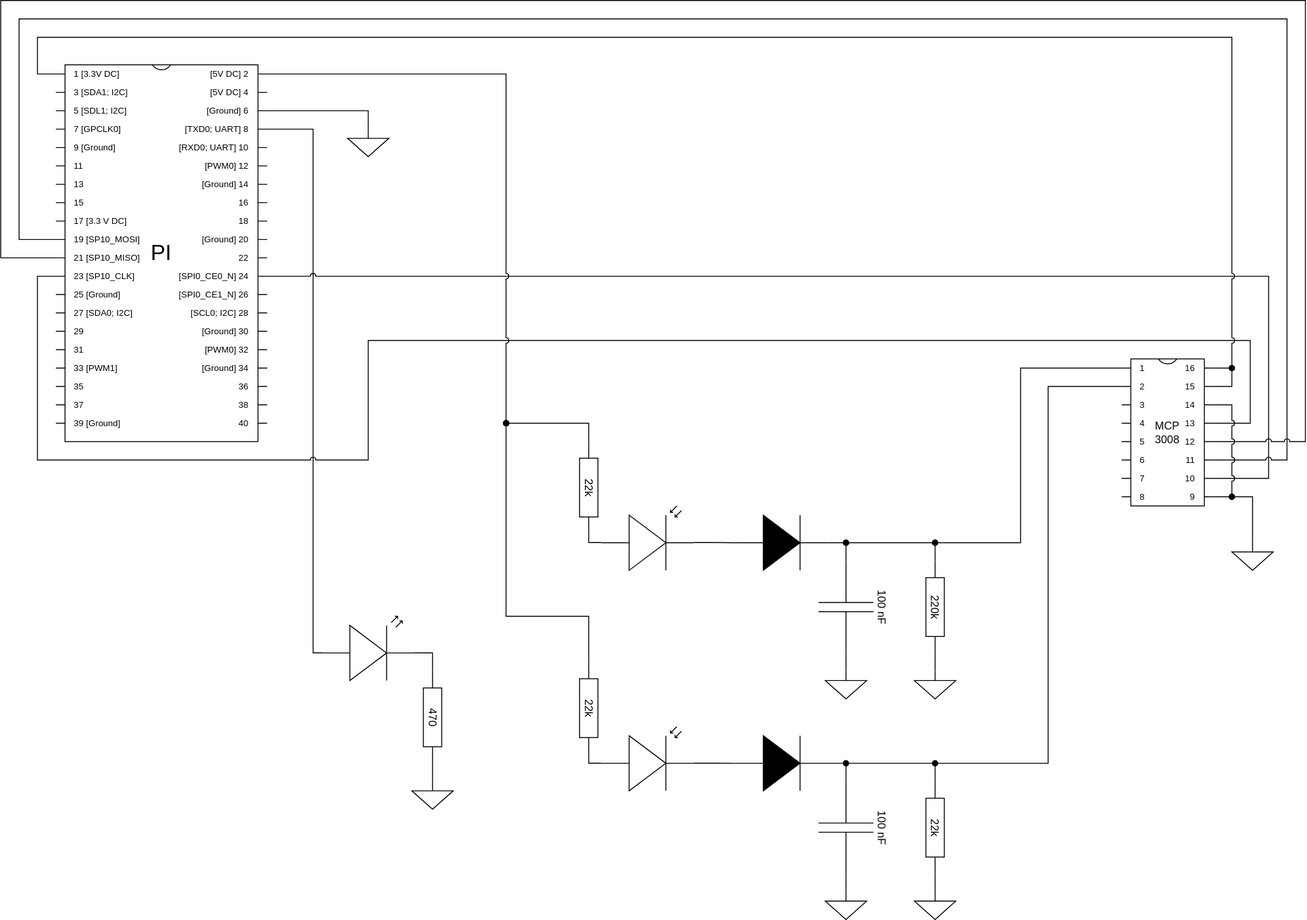
The draw.io diagram ir_sensor_raspberry_pi_circuit_diagram.svg in olivers1/ir_sensor_visitor_counter, before a commit. Source tidied: cells renumbered, new cells last; positions are measured from the earlier drawing's top-left corner, leaving out a move shared by most shapes.
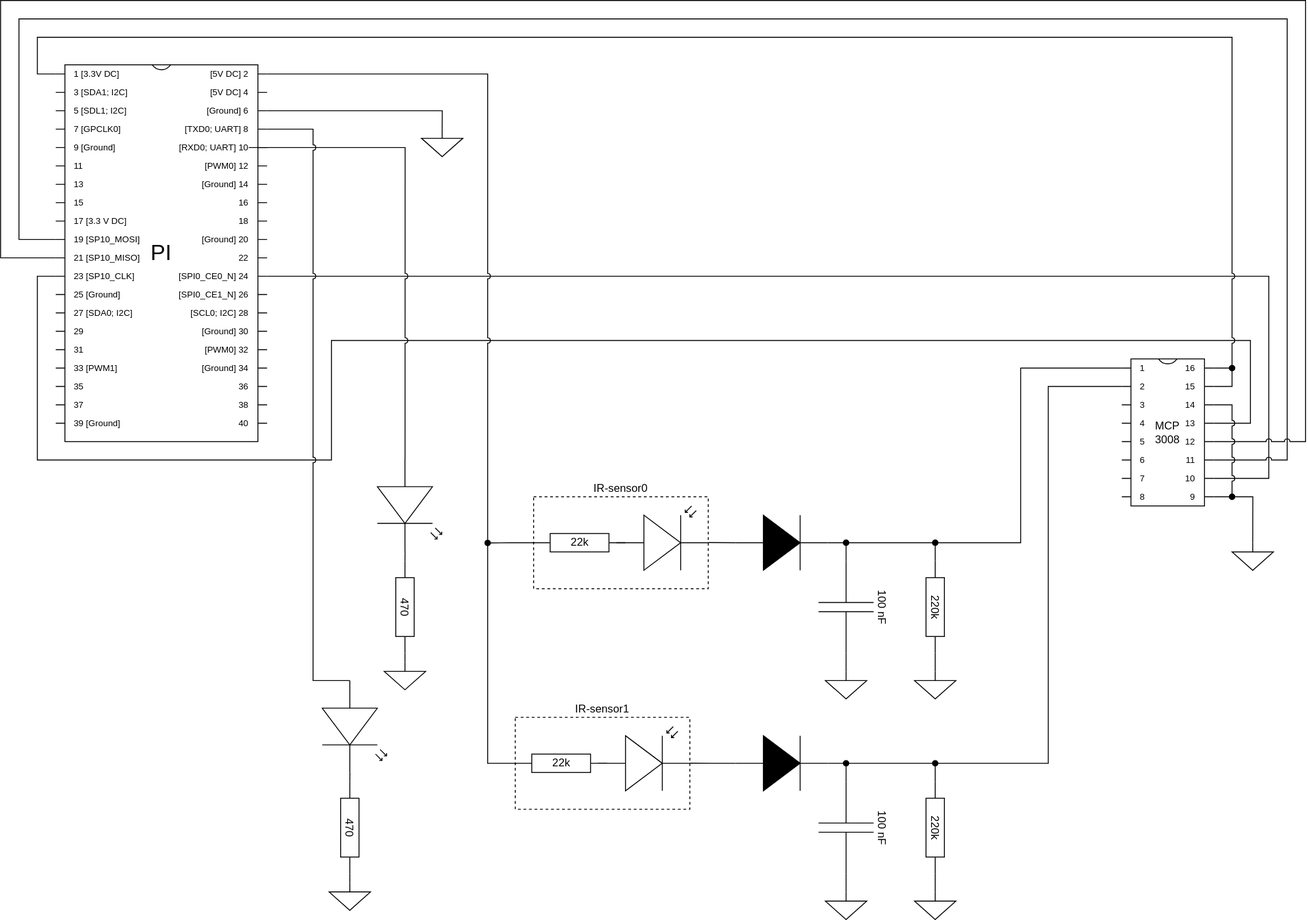
Later version of the same file.

Commit message:
a second IR-led added to both code and schematic diagram

The edit, as a diff of the source:
```diff
@@ -2,6 +2,12 @@
   <root>
     <mxCell id="0" />
     <mxCell id="1" parent="0" />
+    <mxCell id="53" value="IR-sensor0" style="rounded=0;whiteSpace=wrap;html=1;fillColor=none;dashed=1;align=center;labelPosition=center;verticalLabelPosition=top;verticalAlign=bottom;" parent="1" vertex="1">
+      <mxGeometry x="580" y="540" width="190" height="100" as="geometry" />
+    </mxCell>
+    <mxCell id="54" value="IR-sensor1" style="rounded=0;whiteSpace=wrap;html=1;fillColor=none;dashed=1;labelPosition=center;verticalLabelPosition=top;align=center;verticalAlign=bottom;" parent="1" vertex="1">
+      <mxGeometry x="560" y="780" width="190" height="100" as="geometry" />
+    </mxCell>
     <mxCell id="2" style="edgeStyle=orthogonalEdgeStyle;rounded=0;jettySize=auto;html=1;exitX=0;exitY=0.5;exitDx=0;exitDy=0;exitPerimeter=0;endArrow=oval;endFill=1;" parent="1" edge="1" source="4">
       <mxGeometry relative="1" as="geometry">
         <mxPoint x="1017" y="590" as="targetPoint" />
@@ -58,39 +64,21 @@
     <mxCell id="11" value="MCP&lt;br&gt;3008" style="shadow=0;dashed=0;align=center;html=1;strokeWidth=1;shape=mxgraph.electrical.logic_gates.dual_inline_ic;labelNames=a,b,c,d,e,f,g,h,i,j,k,l,m,n,o,p,q,r,s,t;whiteSpace=wrap;rounded=0;" parent="1" vertex="1">
       <mxGeometry x="1220" y="390" width="100" height="160" as="geometry" />
     </mxCell>
-    <mxCell id="12" style="edgeStyle=orthogonalEdgeStyle;rounded=0;jettySize=auto;html=1;exitX=0;exitY=0.57;exitDx=0;exitDy=0;exitPerimeter=0;entryX=1;entryY=0;entryDx=0;entryDy=70;entryPerimeter=0;endArrow=none;endFill=0;" parent="1" edge="1" source="14" target="23">
-      <mxGeometry relative="1" as="geometry">
-        <Array as="points">
-          <mxPoint x="340" y="710" />
-          <mxPoint x="340" y="140" />
-        </Array>
-      </mxGeometry>
-    </mxCell>
-    <mxCell id="13" style="edgeStyle=orthogonalEdgeStyle;rounded=0;jettySize=auto;html=1;exitX=1;exitY=0.57;exitDx=0;exitDy=0;exitPerimeter=0;entryX=0;entryY=0.5;entryDx=0;entryDy=0;entryPerimeter=0;endArrow=none;endFill=0;" parent="1" edge="1" source="14" target="46">
-      <mxGeometry relative="1" as="geometry" />
-    </mxCell>
+    <mxCell id="55" style="edgeStyle=orthogonalEdgeStyle;rounded=0;jettySize=auto;html=1;exitX=1;exitY=0.57;exitDx=0;exitDy=0;exitPerimeter=0;entryX=0;entryY=0.5;entryDx=0;entryDy=0;entryPerimeter=0;endArrow=none;endFill=0;" parent="1" edge="1" source="14" target="61">
+      <mxGeometry relative="1" as="geometry" />
+    </mxCell>
-    <mxCell id="14" style="verticalLabelPosition=bottom;shadow=0;dashed=0;align=center;html=1;verticalAlign=top;shape=mxgraph.electrical.opto_electronics.led_2;rounded=0;" parent="1" vertex="1">
-      <mxGeometry x="350" y="670" width="100" height="70" as="geometry" />
+    <mxCell id="14" style="verticalLabelPosition=bottom;shadow=0;dashed=0;align=center;html=1;verticalAlign=top;shape=mxgraph.electrical.opto_electronics.led_2;rounded=0;direction=south;" parent="1" vertex="1">
+      <mxGeometry x="350" y="740" width="70" height="100" as="geometry" />
     </mxCell>
     <mxCell id="15" style="edgeStyle=orthogonalEdgeStyle;rounded=0;jettySize=auto;html=1;exitX=1;exitY=0.57;exitDx=0;exitDy=0;exitPerimeter=0;entryX=0;entryY=0.5;entryDx=0;entryDy=0;entryPerimeter=0;endArrow=none;endFill=0;" parent="1" edge="1" source="17" target="6">
       <mxGeometry relative="1" as="geometry" />
     </mxCell>
-    <mxCell id="16" style="edgeStyle=orthogonalEdgeStyle;rounded=0;jettySize=auto;html=1;exitX=0;exitY=0.57;exitDx=0;exitDy=0;exitPerimeter=0;entryX=1;entryY=0.5;entryDx=0;entryDy=0;entryPerimeter=0;endArrow=none;endFill=0;" parent="1" edge="1" source="17" target="42">
-      <mxGeometry relative="1" as="geometry" />
-    </mxCell>
     <mxCell id="17" style="verticalLabelPosition=bottom;shadow=0;dashed=0;align=center;html=1;verticalAlign=top;shape=mxgraph.electrical.opto_electronics.photodiode;rounded=0;" parent="1" vertex="1">
-      <mxGeometry x="654" y="550" width="100" height="70" as="geometry" />
+      <mxGeometry x="670" y="550" width="100" height="70" as="geometry" />
     </mxCell>
     <mxCell id="18" style="verticalLabelPosition=bottom;shadow=0;dashed=0;align=center;html=1;verticalAlign=top;shape=mxgraph.electrical.signal_sources.signal_ground;rounded=0;" parent="1" vertex="1">
       <mxGeometry x="897.5" y="730" width="45" height="30" as="geometry" />
     </mxCell>
-    <mxCell id="19" style="edgeStyle=orthogonalEdgeStyle;shape=connector;rounded=0;jettySize=auto;html=1;exitX=1;exitY=0;exitDx=0;exitDy=50;exitPerimeter=0;labelBackgroundColor=default;strokeColor=default;fontFamily=Helvetica;fontSize=11;fontColor=default;endArrow=none;endFill=0;entryX=0.5;entryY=0;entryDx=0;entryDy=0;entryPerimeter=0;" parent="1" edge="1" source="23" target="48">
-      <mxGeometry relative="1" as="geometry">
-        <Array as="points">
-          <mxPoint x="400" y="120" />
-        </Array>
-      </mxGeometry>
-    </mxCell>
     <mxCell id="20" style="edgeStyle=orthogonalEdgeStyle;shape=connector;rounded=0;jettySize=auto;html=1;exitX=1;exitY=0;exitDx=0;exitDy=230;exitPerimeter=0;entryX=1;entryY=0;entryDx=0;entryDy=130;entryPerimeter=0;labelBackgroundColor=default;strokeColor=default;fontFamily=Helvetica;fontSize=11;fontColor=default;endArrow=none;endFill=0;jumpStyle=arc;" parent="1" edge="1" source="23" target="11">
       <mxGeometry relative="1" as="geometry">
         <Array as="points">
@@ -119,6 +107,13 @@
         </Array>
       </mxGeometry>
     </mxCell>
+    <mxCell id="56" style="edgeStyle=orthogonalEdgeStyle;rounded=0;jettySize=auto;html=1;exitX=1;exitY=0;exitDx=0;exitDy=50;exitPerimeter=0;entryX=0.5;entryY=0;entryDx=0;entryDy=0;entryPerimeter=0;endArrow=none;endFill=0;" parent="1" edge="1" source="23" target="68">
+      <mxGeometry relative="1" as="geometry">
+        <Array as="points">
+          <mxPoint x="480" y="120" />
+        </Array>
+      </mxGeometry>
+    </mxCell>
     <mxCell id="23" value="&lt;font style=&quot;font-size: 24px;&quot;&gt;PI&lt;/font&gt;" style="shadow=0;dashed=0;align=center;html=1;strokeWidth=1;shape=mxgraph.electrical.logic_gates.dual_inline_ic;labelNames=%201%20%5B3.3V%20DC%5D,3%20%5BSDA1%3B%20I2C%5D,5%20%5BSDL1%3B%20I2C%5D,7%20%5BGPCLK0%5D,9%20%5BGround%5D,11,13,15,17%20%5B3.3%20V%20DC%5D,19%20%5BSP10_MOSI%5D,21%20%5BSP10_MISO%5D,23%20%5BSP10_CLK%5D,25%20%5BGround%5D,27%20%5BSDA0%3B%20I2C%5D,29,31,33%20%5BPWM1%5D,35,37,39%20%5BGround%5D,40,38,36,%20%5BGround%5D%2034,%5BPWM0%5D%2032,%5BGround%5D%2030,%5BSCL0%3B%20I2C%5D%2028,%5BSPI0_CE1_N%5D%2026,%5BSPI0_CE0_N%5D%2024,22,%5BGround%5D%2020,18,16,%5BGround%5D%2014,%5BPWM0%5D%2012,%5BRXD0%3B%20UART%5D%2010,%5BTXD0%3B%20UART%5D%208,%5BGround%5D%206,%20%5B5V%20DC%5D%204,%20%5B5V%20DC%5D%202;whiteSpace=wrap;pinLabelType=cust;labelCount=40;rounded=0;" parent="1" vertex="1">
       <mxGeometry x="60" y="70" width="230" height="410" as="geometry" />
     </mxCell>
@@ -147,7 +142,7 @@
     <mxCell id="29" style="edgeStyle=orthogonalEdgeStyle;rounded=0;jettySize=auto;html=1;exitX=1;exitY=0.5;exitDx=0;exitDy=0;exitPerimeter=0;entryX=0.5;entryY=0;entryDx=0;entryDy=0;entryPerimeter=0;endArrow=none;endFill=0;" parent="1" edge="1" source="30" target="40">
       <mxGeometry relative="1" as="geometry" />
     </mxCell>
-    <mxCell id="30" value="22k" style="verticalLabelPosition=middle;shadow=0;dashed=0;align=center;html=1;verticalAlign=middle;shape=mxgraph.electrical.resistors.resistor_1;rotation=90;labelPosition=center;rounded=0;" parent="1" vertex="1">
+    <mxCell id="30" value="220k" style="verticalLabelPosition=middle;shadow=0;dashed=0;align=center;html=1;verticalAlign=middle;shape=mxgraph.electrical.resistors.resistor_1;rotation=90;labelPosition=center;rounded=0;" parent="1" vertex="1">
       <mxGeometry x="967" y="890" width="100" height="20" as="geometry" />
     </mxCell>
     <mxCell id="31" style="edgeStyle=orthogonalEdgeStyle;rounded=0;jettySize=auto;html=1;endArrow=none;endFill=0;" parent="1" edge="1" source="32">
@@ -161,11 +156,8 @@
     <mxCell id="33" style="edgeStyle=orthogonalEdgeStyle;rounded=0;jettySize=auto;html=1;exitX=1;exitY=0.57;exitDx=0;exitDy=0;exitPerimeter=0;entryX=0;entryY=0.5;entryDx=0;entryDy=0;entryPerimeter=0;endArrow=none;endFill=0;" parent="1" edge="1" source="35" target="32">
       <mxGeometry relative="1" as="geometry" />
     </mxCell>
-    <mxCell id="34" style="edgeStyle=orthogonalEdgeStyle;rounded=0;jettySize=auto;html=1;exitX=0;exitY=0.57;exitDx=0;exitDy=0;exitPerimeter=0;entryX=1;entryY=0.5;entryDx=0;entryDy=0;entryPerimeter=0;endArrow=none;endFill=0;" parent="1" edge="1" source="35" target="43">
-      <mxGeometry relative="1" as="geometry" />
-    </mxCell>
     <mxCell id="35" style="verticalLabelPosition=bottom;shadow=0;dashed=0;align=center;html=1;verticalAlign=top;shape=mxgraph.electrical.opto_electronics.photodiode;rounded=0;" parent="1" vertex="1">
-      <mxGeometry x="654" y="790" width="100" height="70" as="geometry" />
+      <mxGeometry x="650" y="790" width="100" height="70" as="geometry" />
     </mxCell>
     <mxCell id="36" style="verticalLabelPosition=bottom;shadow=0;dashed=0;align=center;html=1;verticalAlign=top;shape=mxgraph.electrical.signal_sources.signal_ground;rounded=0;" parent="1" vertex="1">
       <mxGeometry x="897.5" y="970" width="45" height="30" as="geometry" />
@@ -184,42 +176,22 @@
     <mxCell id="40" style="verticalLabelPosition=bottom;shadow=0;dashed=0;align=center;html=1;verticalAlign=top;shape=mxgraph.electrical.signal_sources.signal_ground;rounded=0;" parent="1" vertex="1">
       <mxGeometry x="994.5" y="970" width="45" height="30" as="geometry" />
     </mxCell>
-    <mxCell id="41" style="edgeStyle=orthogonalEdgeStyle;shape=connector;rounded=0;jettySize=auto;html=1;exitX=0;exitY=0.5;exitDx=0;exitDy=0;exitPerimeter=0;labelBackgroundColor=default;strokeColor=default;fontFamily=Helvetica;fontSize=11;fontColor=default;endArrow=oval;endFill=1;startArrow=none;startFill=0;" parent="1" edge="1" source="42">
-      <mxGeometry relative="1" as="geometry">
-        <mxPoint x="550" y="460" as="targetPoint" />
-        <Array as="points">
-          <mxPoint x="640" y="460" />
-        </Array>
-      </mxGeometry>
-    </mxCell>
-    <mxCell id="42" value="22k" style="verticalLabelPosition=middle;shadow=0;dashed=0;align=center;html=1;verticalAlign=middle;shape=mxgraph.electrical.resistors.resistor_1;rotation=90;labelPosition=center;rounded=0;" parent="1" vertex="1">
-      <mxGeometry x="590" y="520" width="100" height="20" as="geometry" />
-    </mxCell>
-    <mxCell id="43" value="22k" style="verticalLabelPosition=middle;shadow=0;dashed=0;align=center;html=1;verticalAlign=middle;shape=mxgraph.electrical.resistors.resistor_1;rotation=90;labelPosition=center;rounded=0;" parent="1" vertex="1">
-      <mxGeometry x="590" y="760" width="100" height="20" as="geometry" />
-    </mxCell>
     <mxCell id="44" style="verticalLabelPosition=bottom;shadow=0;dashed=0;align=center;html=1;verticalAlign=top;shape=mxgraph.electrical.signal_sources.signal_ground;rounded=0;" parent="1" vertex="1">
       <mxGeometry x="1340" y="590" width="45" height="30" as="geometry" />
     </mxCell>
-    <mxCell id="45" style="edgeStyle=orthogonalEdgeStyle;rounded=0;jettySize=auto;html=1;exitX=1;exitY=0.5;exitDx=0;exitDy=0;exitPerimeter=0;entryX=0.5;entryY=0;entryDx=0;entryDy=0;entryPerimeter=0;endArrow=none;endFill=0;" parent="1" edge="1" source="46" target="47">
-      <mxGeometry relative="1" as="geometry" />
-    </mxCell>
-    <mxCell id="46" value="470&lt;br&gt;" style="verticalLabelPosition=middle;shadow=0;dashed=0;align=center;html=1;verticalAlign=middle;shape=mxgraph.electrical.resistors.resistor_1;rotation=90;labelPosition=center;rounded=0;" parent="1" vertex="1">
-      <mxGeometry x="420" y="770" width="100" height="20" as="geometry" />
-    </mxCell>
+    <mxCell id="57" style="edgeStyle=orthogonalEdgeStyle;rounded=0;jettySize=auto;html=1;exitX=0.5;exitY=0;exitDx=0;exitDy=0;exitPerimeter=0;entryX=1;entryY=0.5;entryDx=0;entryDy=0;entryPerimeter=0;endArrow=none;endFill=0;" parent="1" edge="1" source="47" target="61">
+      <mxGeometry relative="1" as="geometry" />
+    </mxCell>
     <mxCell id="47" style="verticalLabelPosition=bottom;shadow=0;dashed=0;align=center;html=1;verticalAlign=top;shape=mxgraph.electrical.signal_sources.signal_ground;rounded=0;" parent="1" vertex="1">
-      <mxGeometry x="447.5" y="850" width="45" height="30" as="geometry" />
+      <mxGeometry x="357.5" y="960" width="45" height="30" as="geometry" />
     </mxCell>
-    <mxCell id="48" style="verticalLabelPosition=bottom;shadow=0;dashed=0;align=center;html=1;verticalAlign=top;shape=mxgraph.electrical.signal_sources.signal_ground;rounded=0;" parent="1" vertex="1">
-      <mxGeometry x="377.5" y="140" width="45" height="30" as="geometry" />
-    </mxCell>
-    <mxCell id="49" style="edgeStyle=orthogonalEdgeStyle;shape=connector;rounded=0;jettySize=auto;html=1;exitX=1;exitY=0;exitDx=0;exitDy=70;exitPerimeter=0;entryX=0;entryY=0;entryDx=0;entryDy=230;entryPerimeter=0;labelBackgroundColor=default;strokeColor=default;fontFamily=Helvetica;fontSize=11;fontColor=default;endArrow=none;endFill=0;jumpStyle=arc;" parent="1" edge="1" source="11" target="23">
+    <mxCell id="49" style="edgeStyle=orthogonalEdgeStyle;shape=connector;rounded=0;jettySize=auto;html=1;exitX=1;exitY=0;exitDx=0;exitDy=70;exitPerimeter=0;entryX=0;entryY=0;entryDx=0;entryDy=230;entryPerimeter=0;labelBackgroundColor=default;strokeColor=default;fontFamily=Helvetica;fontSize=11;fontColor=default;endArrow=none;endFill=0;jumpStyle=none;" parent="1" edge="1" source="11" target="23">
       <mxGeometry relative="1" as="geometry">
         <Array as="points">
           <mxPoint x="1360" y="460" />
           <mxPoint x="1360" y="370" />
-          <mxPoint x="400" y="370" />
-          <mxPoint x="400" y="500" />
+          <mxPoint x="360" y="370" />
+          <mxPoint x="360" y="500" />
           <mxPoint x="40" y="500" />
           <mxPoint x="40" y="300" />
         </Array>
@@ -244,14 +216,65 @@
         </Array>
       </mxGeometry>
     </mxCell>
-    <mxCell id="52" style="edgeStyle=orthogonalEdgeStyle;shape=connector;rounded=0;jettySize=auto;html=1;exitX=1;exitY=0;exitDx=0;exitDy=10;exitPerimeter=0;entryX=0;entryY=0.5;entryDx=0;entryDy=0;entryPerimeter=0;labelBackgroundColor=default;strokeColor=default;fontFamily=Helvetica;fontSize=11;fontColor=default;endArrow=none;endFill=0;jumpStyle=arc;" parent="1" edge="1" source="23" target="43">
+    <mxCell id="52" style="edgeStyle=orthogonalEdgeStyle;shape=connector;rounded=0;jettySize=auto;html=1;exitX=1;exitY=0;exitDx=0;exitDy=10;exitPerimeter=0;entryX=0;entryY=0.5;entryDx=0;entryDy=0;entryPerimeter=0;labelBackgroundColor=default;strokeColor=default;fontFamily=Helvetica;fontSize=11;fontColor=default;endArrow=none;endFill=0;jumpStyle=arc;" parent="1" edge="1" source="23" target="58">
       <mxGeometry relative="1" as="geometry">
         <Array as="points">
-          <mxPoint x="550" y="80" />
-          <mxPoint x="550" y="670" />
-          <mxPoint x="640" y="670" />
+          <mxPoint x="530" y="80" />
+          <mxPoint x="530" y="830" />
         </Array>
       </mxGeometry>
     </mxCell>
+    <mxCell id="58" value="&lt;div style=&quot;text-align: justify;&quot;&gt;&lt;span style=&quot;background-color: initial;&quot;&gt;22k&lt;/span&gt;&lt;/div&gt;" style="verticalLabelPosition=middle;shadow=0;dashed=0;align=center;html=1;verticalAlign=middle;shape=mxgraph.electrical.resistors.resistor_1;labelPosition=center;" parent="1" vertex="1">
+      <mxGeometry x="560" y="820" width="100" height="20" as="geometry" />
+    </mxCell>
+    <mxCell id="59" style="edgeStyle=orthogonalEdgeStyle;rounded=0;jettySize=auto;html=1;exitX=0;exitY=0.5;exitDx=0;exitDy=0;exitPerimeter=0;endArrow=oval;endFill=1;" parent="1" edge="1" source="60">
+      <mxGeometry relative="1" as="geometry">
+        <mxPoint x="530" y="590.3" as="targetPoint" />
+      </mxGeometry>
+    </mxCell>
+    <mxCell id="60" value="&lt;div style=&quot;text-align: justify;&quot;&gt;&lt;span style=&quot;background-color: initial;&quot;&gt;22k&lt;/span&gt;&lt;/div&gt;" style="verticalLabelPosition=middle;shadow=0;dashed=0;align=center;html=1;verticalAlign=middle;shape=mxgraph.electrical.resistors.resistor_1;labelPosition=center;" parent="1" vertex="1">
+      <mxGeometry x="580" y="580" width="100" height="20" as="geometry" />
+    </mxCell>
+    <mxCell id="61" value="470&lt;br&gt;" style="verticalLabelPosition=middle;shadow=0;dashed=0;align=center;html=1;verticalAlign=middle;shape=mxgraph.electrical.resistors.resistor_1;rotation=90;labelPosition=center;rounded=0;" parent="1" vertex="1">
+      <mxGeometry x="330" y="890" width="100" height="20" as="geometry" />
+    </mxCell>
+    <mxCell id="62" style="edgeStyle=orthogonalEdgeStyle;rounded=0;jettySize=auto;html=1;exitX=1;exitY=0.57;exitDx=0;exitDy=0;exitPerimeter=0;entryX=0;entryY=0.5;entryDx=0;entryDy=0;entryPerimeter=0;endArrow=none;endFill=0;" parent="1" edge="1" source="63">
+      <mxGeometry relative="1" as="geometry">
+        <mxPoint x="440" y="610" as="targetPoint" />
+      </mxGeometry>
+    </mxCell>
+    <mxCell id="63" style="verticalLabelPosition=bottom;shadow=0;dashed=0;align=center;html=1;verticalAlign=top;shape=mxgraph.electrical.opto_electronics.led_2;rounded=0;direction=south;" parent="1" vertex="1">
+      <mxGeometry x="410" y="499" width="70" height="100" as="geometry" />
+    </mxCell>
+    <mxCell id="64" style="edgeStyle=orthogonalEdgeStyle;rounded=0;jettySize=auto;html=1;exitX=1;exitY=0.5;exitDx=0;exitDy=0;exitPerimeter=0;entryX=0.5;entryY=0;entryDx=0;entryDy=0;entryPerimeter=0;endArrow=none;endFill=0;" parent="1" edge="1" target="65">
+      <mxGeometry relative="1" as="geometry">
+        <mxPoint x="440" y="710" as="sourcePoint" />
+      </mxGeometry>
+    </mxCell>
+    <mxCell id="65" style="verticalLabelPosition=bottom;shadow=0;dashed=0;align=center;html=1;verticalAlign=top;shape=mxgraph.electrical.signal_sources.signal_ground;rounded=0;" parent="1" vertex="1">
+      <mxGeometry x="417.5" y="720" width="45" height="30" as="geometry" />
+    </mxCell>
+    <mxCell id="66" value="470&lt;br&gt;" style="verticalLabelPosition=middle;shadow=0;dashed=0;align=center;html=1;verticalAlign=middle;shape=mxgraph.electrical.resistors.resistor_1;rotation=90;labelPosition=center;rounded=0;" parent="1" vertex="1">
+      <mxGeometry x="390" y="650" width="100" height="20" as="geometry" />
+    </mxCell>
+    <mxCell id="67" style="edgeStyle=orthogonalEdgeStyle;rounded=0;jettySize=auto;html=1;exitX=1;exitY=0;exitDx=0;exitDy=90;exitPerimeter=0;entryX=0;entryY=0.57;entryDx=0;entryDy=0;entryPerimeter=0;endArrow=none;endFill=0;jumpStyle=arc;" parent="1" edge="1" target="63">
+      <mxGeometry relative="1" as="geometry">
+        <mxPoint x="270" y="160" as="sourcePoint" />
+        <Array as="points">
+          <mxPoint x="440" y="160" />
+        </Array>
+      </mxGeometry>
+    </mxCell>
+    <mxCell id="12" style="edgeStyle=orthogonalEdgeStyle;rounded=0;jettySize=auto;html=1;exitX=0;exitY=0.57;exitDx=0;exitDy=0;exitPerimeter=0;entryX=1;entryY=0;entryDx=0;entryDy=70;entryPerimeter=0;endArrow=none;endFill=0;jumpStyle=arc;" parent="1" edge="1" source="14" target="23">
+      <mxGeometry relative="1" as="geometry">
+        <Array as="points">
+          <mxPoint x="340" y="740" />
+          <mxPoint x="340" y="140" />
+        </Array>
+      </mxGeometry>
+    </mxCell>
+    <mxCell id="68" style="verticalLabelPosition=bottom;shadow=0;dashed=0;align=center;html=1;verticalAlign=top;shape=mxgraph.electrical.signal_sources.signal_ground;rounded=0;" parent="1" vertex="1">
+      <mxGeometry x="458" y="140" width="45" height="30" as="geometry" />
+    </mxCell>
   </root>
 </mxGraphModel>
```
